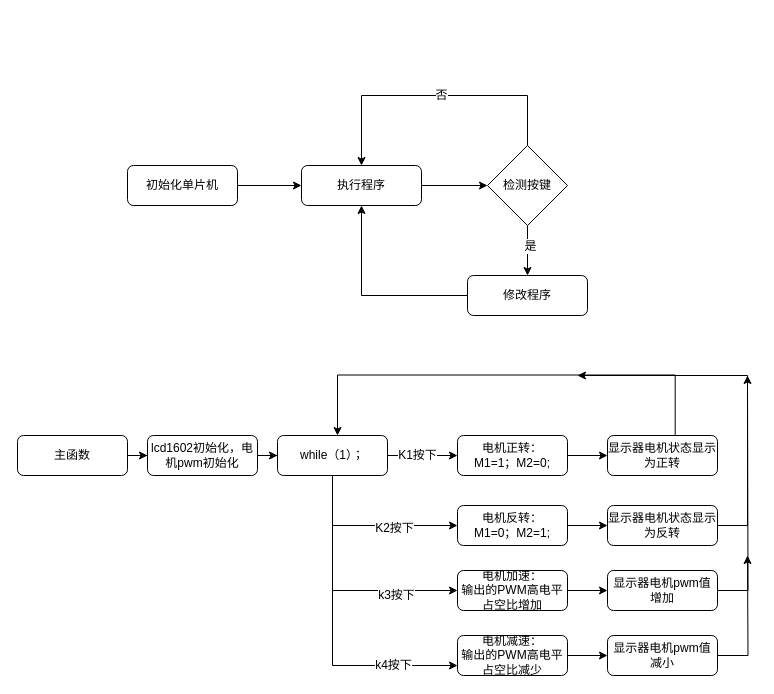
The draw.io diagram 流程图/单片机课设.drawio in mlhua/hua, before the edit. Source tidied: cells renumbered, new cells numbered last; positions are measured from the earlier drawing's top-left corner, leaving out a move shared by most shapes. Both pictures are drawn from the tidied source at 100%, with x=0, y=0 at pixel (17, 95).
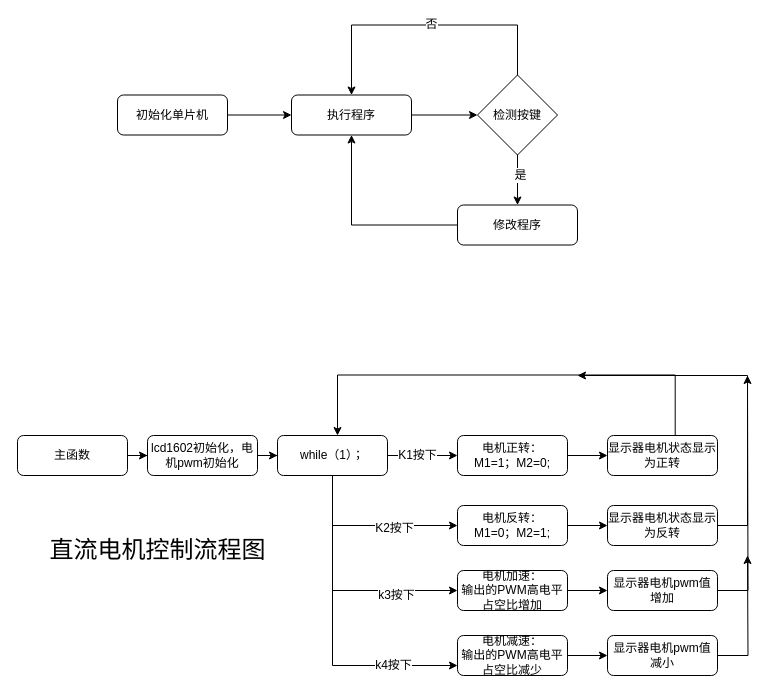
The same diagram, later.

Commit message (it also covers changes not shown here):
更新单片机课设.drawio

What changed in the source:
```diff
@@
     <mxCell id="3" value="初始化单片机" style="rounded=1;whiteSpace=wrap;html=1;fontSize=12;glass=0;strokeWidth=1;shadow=0;" parent="1" vertex="1">
-      <mxGeometry x="110" y="70" width="110" height="40" as="geometry" />
+      <mxGeometry x="100" y="-0.5" width="110" height="40" as="geometry" />
     </mxCell>
@@
     <mxCell id="6" style="edgeStyle=orthogonalEdgeStyle;rounded=0;jettySize=auto;html=1;entryX=0.5;entryY=0;entryDx=0;entryDy=0;fontFamily=Helvetica;fontSize=12;fontColor=default;" parent="1" edge="1" source="8" target="10">
       <mxGeometry relative="1" as="geometry">
         <Array as="points">
-          <mxPoint x="510" />
-          <mxPoint x="344" />
+          <mxPoint x="500" y="-70.5" />
+          <mxPoint x="334" y="-70.5" />
         </Array>
       </mxGeometry>
     </mxCell>
@@
     <mxCell id="8" value="检测按键" style="rhombus;whiteSpace=wrap;html=1;" parent="1" vertex="1">
-      <mxGeometry x="470" y="50" width="80" height="80" as="geometry" />
+      <mxGeometry x="460" y="-20.5" width="80" height="80" as="geometry" />
     </mxCell>
@@
     <mxCell id="10" value="执行程序" style="rounded=1;whiteSpace=wrap;html=1;fontSize=12;glass=0;strokeWidth=1;shadow=0;" parent="1" vertex="1">
-      <mxGeometry x="284" y="70" width="120" height="40" as="geometry" />
+      <mxGeometry x="274" y="-0.5" width="120" height="40" as="geometry" />
     </mxCell>
@@
     <mxCell id="12" value="修改程序" style="rounded=1;whiteSpace=wrap;html=1;fontSize=12;glass=0;strokeWidth=1;shadow=0;" parent="1" vertex="1">
-      <mxGeometry x="450" y="180" width="120" height="40" as="geometry" />
+      <mxGeometry x="440" y="109.5" width="120" height="40" as="geometry" />
     </mxCell>
@@
+    <mxCell id="42" value="&lt;font style=&quot;font-size: 24px;&quot;&gt;直流电机控制流程图&lt;/font&gt;" style="text;html=1;align=center;verticalAlign=middle;strokeColor=none;fillColor=none;fontSize=12;fontFamily=Helvetica;fontColor=default;" parent="1" vertex="1">
+      <mxGeometry x="20" y="435" width="240" height="40" as="geometry" />
+    </mxCell>
```
